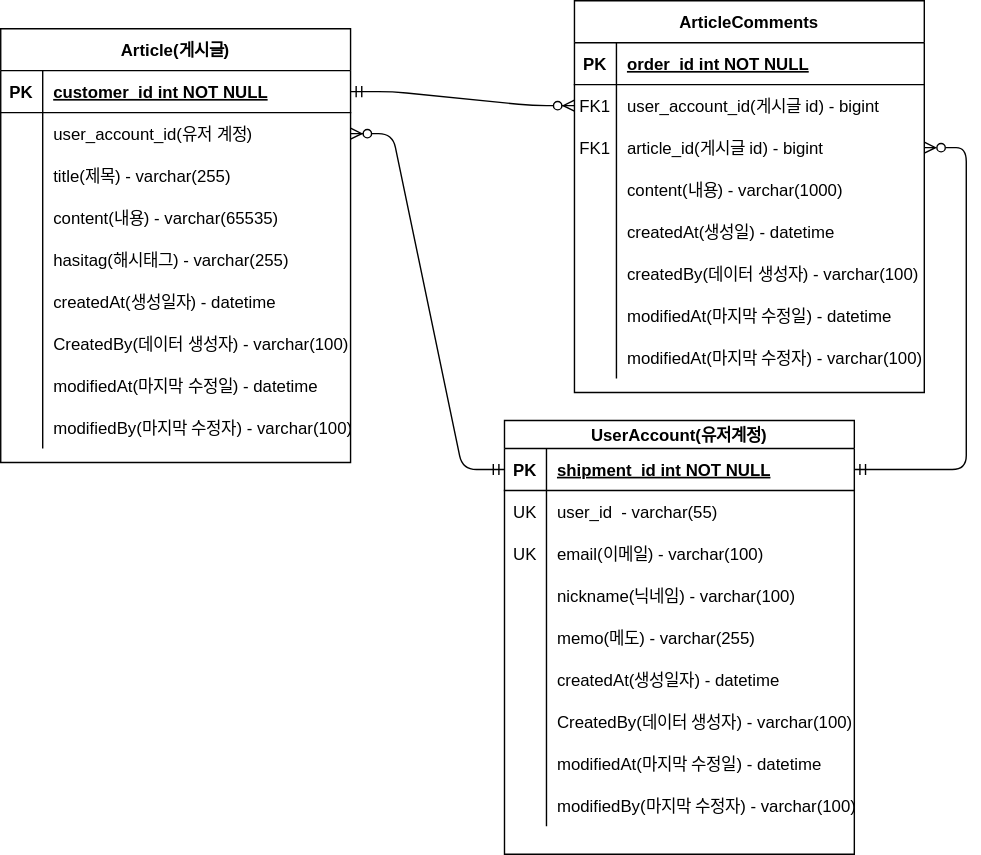
The draw.io diagram document/project-board-erd.drawio.svg in xron2929/fastcampus-project-board, before a commit. Source tidied: cells renumbered, new cells last; positions are measured from the earlier drawing's top-left corner, leaving out a move shared by most shapes.
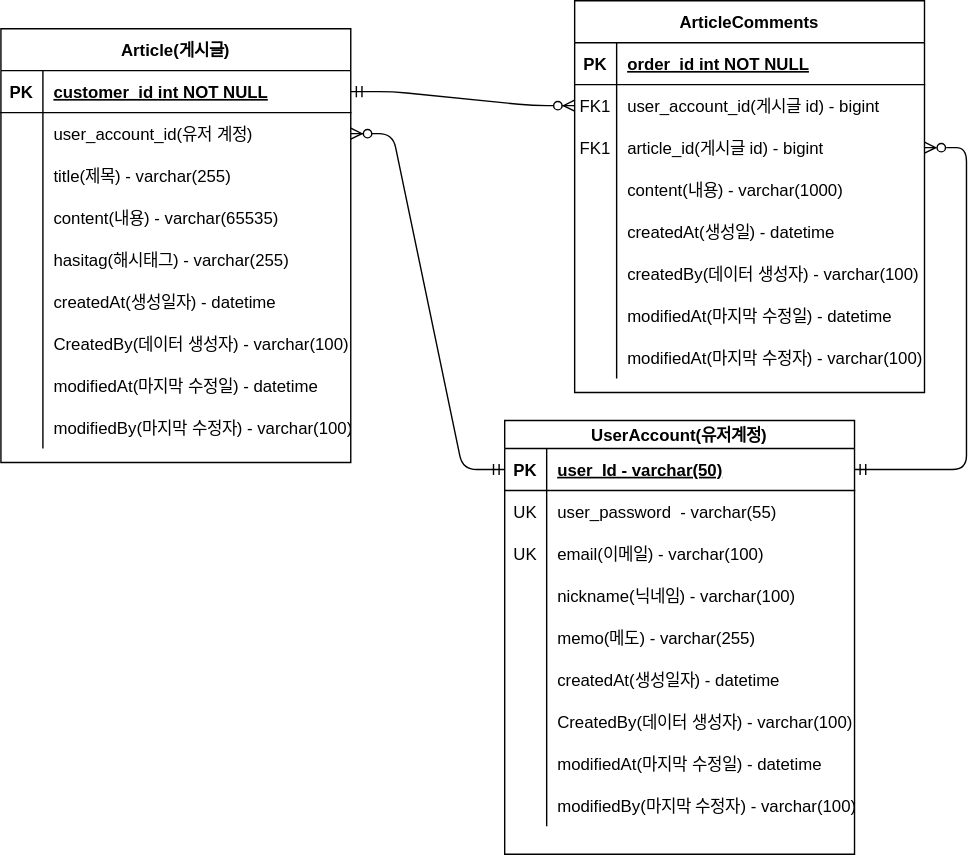
The same diagram one commit later.

Change to the diagram source:
```diff
@@ -89,7 +89,7 @@
     <mxCell id="30" value="PK" style="shape=partialRectangle;overflow=hidden;fillColor=none;top=0;left=0;bottom=0;right=0;fontStyle=1;" parent="29" vertex="1">
       <mxGeometry width="30" height="30" as="geometry" />
     </mxCell>
-    <mxCell id="31" value="shipment_id int NOT NULL " style="shape=partialRectangle;overflow=hidden;fillColor=none;top=0;left=0;bottom=0;right=0;align=left;spacingLeft=6;fontStyle=5;" parent="29" vertex="1">
+    <mxCell id="31" value="user_Id - varchar(50)" style="shape=partialRectangle;overflow=hidden;fillColor=none;top=0;left=0;bottom=0;right=0;align=left;spacingLeft=6;fontStyle=5;" parent="29" vertex="1">
       <mxGeometry x="30" width="220" height="30" as="geometry" />
     </mxCell>
     <mxCell id="32" style="shape=partialRectangle;fillColor=none;top=0;left=0;right=0;bottom=0;" parent="28" vertex="1">
@@ -98,7 +98,7 @@
     <mxCell id="33" value="UK" style="shape=partialRectangle;overflow=hidden;fillColor=none;top=0;left=0;bottom=0;right=0;" parent="32" vertex="1">
       <mxGeometry width="30" height="30" as="geometry" />
     </mxCell>
-    <mxCell id="34" value="user_id  - varchar(55)" style="shape=partialRectangle;overflow=hidden;fillColor=none;top=0;left=0;bottom=0;right=0;align=left;spacingLeft=6;" parent="32" vertex="1">
+    <mxCell id="34" value="user_password  - varchar(55)" style="shape=partialRectangle;overflow=hidden;fillColor=none;top=0;left=0;bottom=0;right=0;align=left;spacingLeft=6;" parent="32" vertex="1">
       <mxGeometry x="30" width="220" height="30" as="geometry" />
     </mxCell>
     <mxCell id="35" style="shape=partialRectangle;fillColor=none;top=0;left=0;right=0;bottom=0;" parent="28" vertex="1">
```
